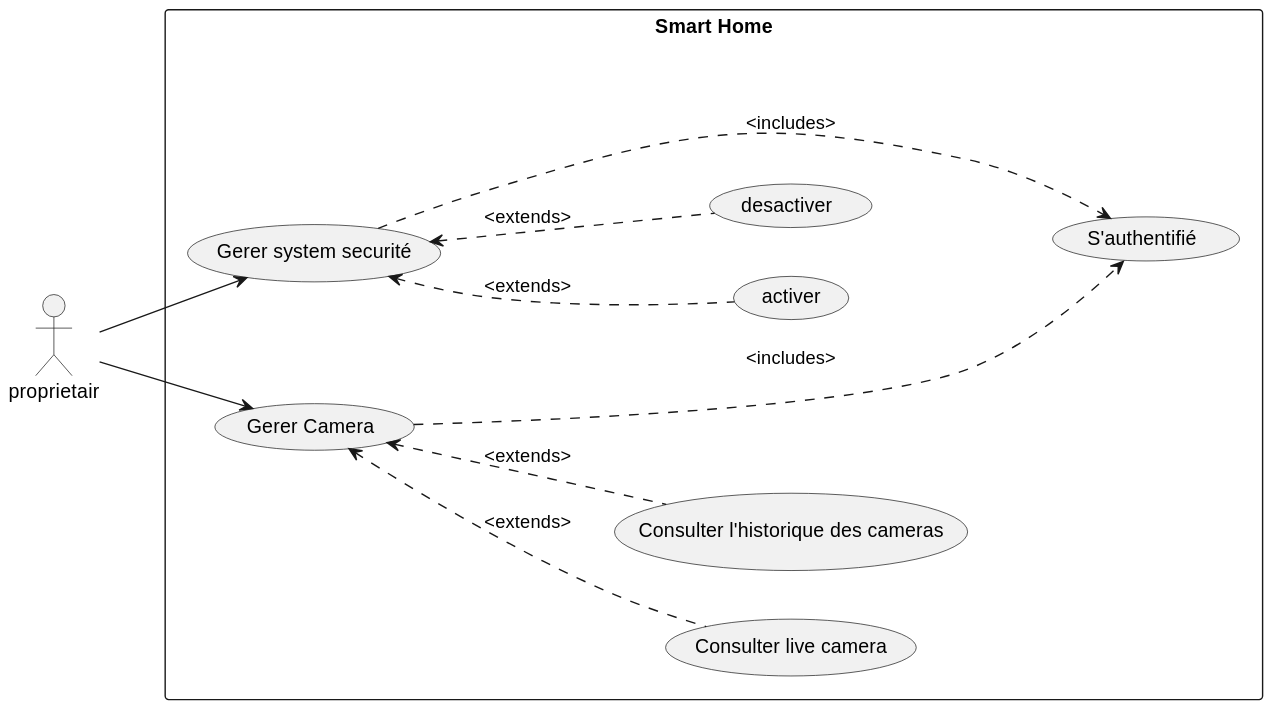
This is out/UmlDiagrams/DCUProprietair/DCUProprietair.svg from SemSSK/SmartHome, a PlantUML export, as it was before one commit. Its diagram source:
```plantuml
@startuml
    left to right direction
    actor proprietair as prop
    rectangle "Smart Home"{
        usecase "Gerer system securité" as gss
        usecase "Gerer Camera" as manageCams
        usecase "Consulter live camera" as consultLive
        usecase "Consulter l'historique des cameras" as consultHistory
        usecase activer
        usecase desactiver
        usecase "S'authentifié" as login
    }
    prop --> manageCams
    prop --> gss
    gss <.down. activer : <extends>
    gss <.down. desactiver : <extends>
    manageCams <.down. consultHistory : <extends>
    manageCams <.down. consultLive : <extends>
    gss .down..> login : <includes>
    manageCams .down..> login : <includes>
@enduml
```
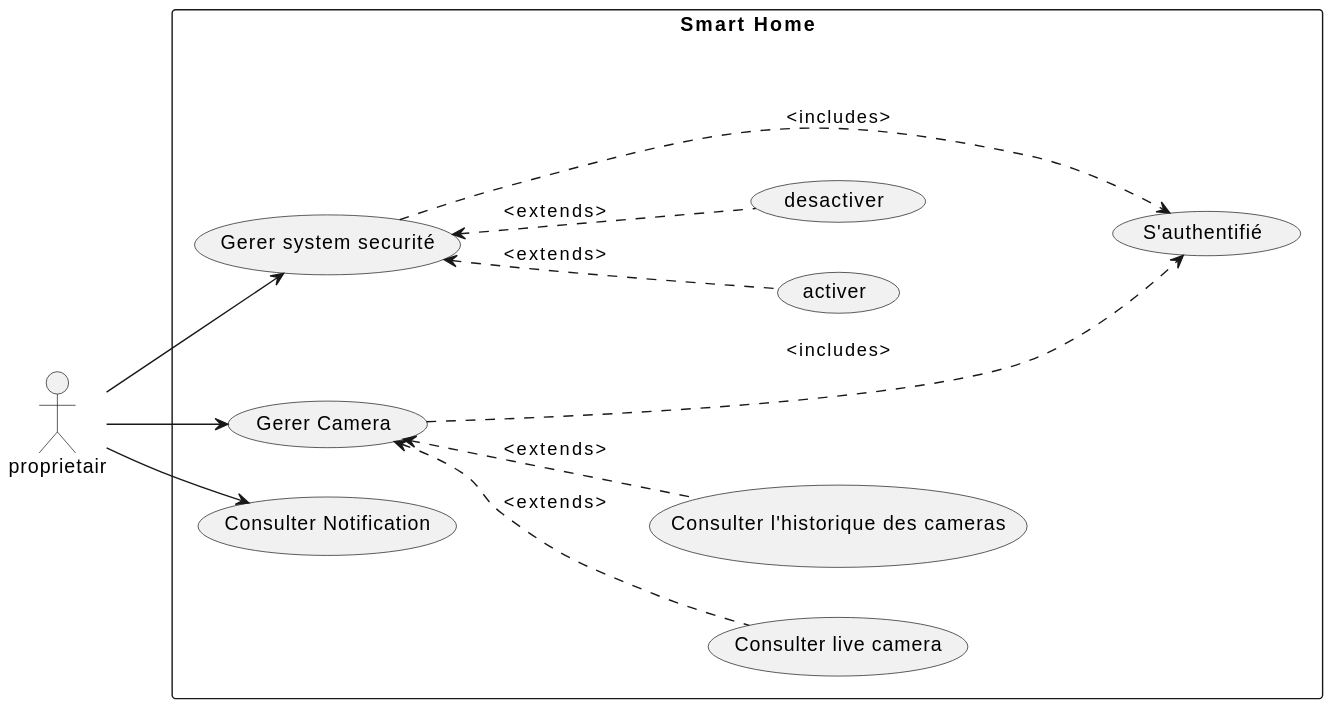
The same diagram one commit later.

Diff of the diagram source:
```diff
@@ -9,9 +9,11 @@
         usecase activer
         usecase desactiver
         usecase "S'authentifié" as login
+        usecase "Consulter Notification" as consultNotif
     }
     prop --> manageCams
     prop --> gss
+    prop --> consultNotif
     gss <.down. activer : <extends>
     gss <.down. desactiver : <extends>
     manageCams <.down. consultHistory : <extends>
```
